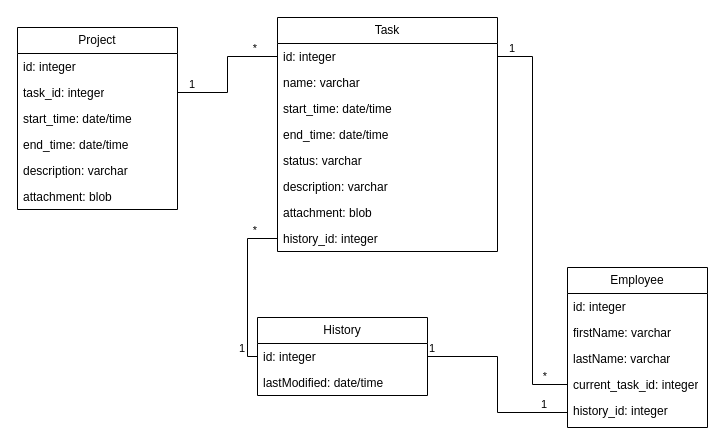
Before: ER.drawio in hard-gainer/UML, a draw.io diagram. Source tidied: cells renumbered, new cells numbered last; positions are measured from the earlier drawing's top-left corner, leaving out a move shared by most shapes. Both pictures are drawn from the tidied source at 100%, with x=0, y=0 at pixel (17, 17).
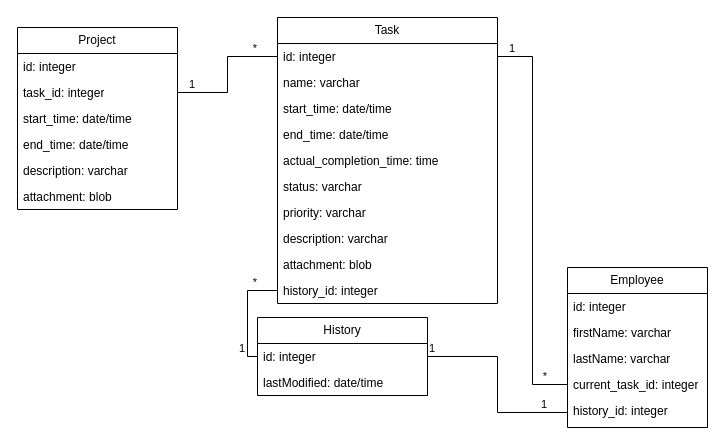
Above is the later version.

What changed in the source:
```diff
@@
     <mxCell id="8" value="Task" style="swimlane;fontStyle=0;horizontal=1;startSize=26;fillColor=none;whiteSpace=wrap;html=1;" parent="1" vertex="1">
-      <mxGeometry x="260" width="220" height="234" as="geometry" />
+      <mxGeometry x="260" width="220" height="286" as="geometry" />
     </mxCell>
@@
+    <mxCell id="39" value="actual_completion_time: time" style="text;strokeColor=none;fillColor=none;align=left;verticalAlign=top;spacingLeft=4;spacingRight=4;overflow=hidden;whiteSpace=wrap;html=1;" parent="8" vertex="1">
+      <mxGeometry y="130" width="220" height="26" as="geometry" />
+    </mxCell>
     <mxCell id="13" value="status: varchar" style="text;strokeColor=none;fillColor=none;align=left;verticalAlign=top;spacingLeft=4;spacingRight=4;overflow=hidden;whiteSpace=wrap;html=1;" parent="8" vertex="1">
-      <mxGeometry y="130" width="220" height="26" as="geometry" />
+      <mxGeometry y="156" width="220" height="26" as="geometry" />
     </mxCell>
+    <mxCell id="40" value="priority: varchar" style="text;strokeColor=none;fillColor=none;align=left;verticalAlign=top;spacingLeft=4;spacingRight=4;overflow=hidden;whiteSpace=wrap;html=1;" parent="8" vertex="1">
+      <mxGeometry y="182" width="220" height="26" as="geometry" />
+    </mxCell>
     <mxCell id="14" value="description: varchar" style="text;strokeColor=none;fillColor=none;align=left;verticalAlign=top;spacingLeft=4;spacingRight=4;overflow=hidden;whiteSpace=wrap;html=1;" parent="8" vertex="1">
-      <mxGeometry y="156" width="220" height="26" as="geometry" />
+      <mxGeometry y="208" width="220" height="26" as="geometry" />
     </mxCell>
     <mxCell id="15" value="attachment: blob" style="text;strokeColor=none;fillColor=none;align=left;verticalAlign=top;spacingLeft=4;spacingRight=4;overflow=hidden;whiteSpace=wrap;html=1;" parent="8" vertex="1">
-      <mxGeometry y="182" width="220" height="26" as="geometry" />
+      <mxGeometry y="234" width="220" height="26" as="geometry" />
     </mxCell>
     <mxCell id="16" value="history_id: integer" style="text;strokeColor=none;fillColor=none;align=left;verticalAlign=top;spacingLeft=4;spacingRight=4;overflow=hidden;points=[[0,0.5],[1,0.5]];portConstraint=eastwest;whiteSpace=wrap;html=1;" parent="8" vertex="1">
-      <mxGeometry y="208" width="220" height="26" as="geometry" />
+      <mxGeometry y="260" width="220" height="26" as="geometry" />
     </mxCell>
```
